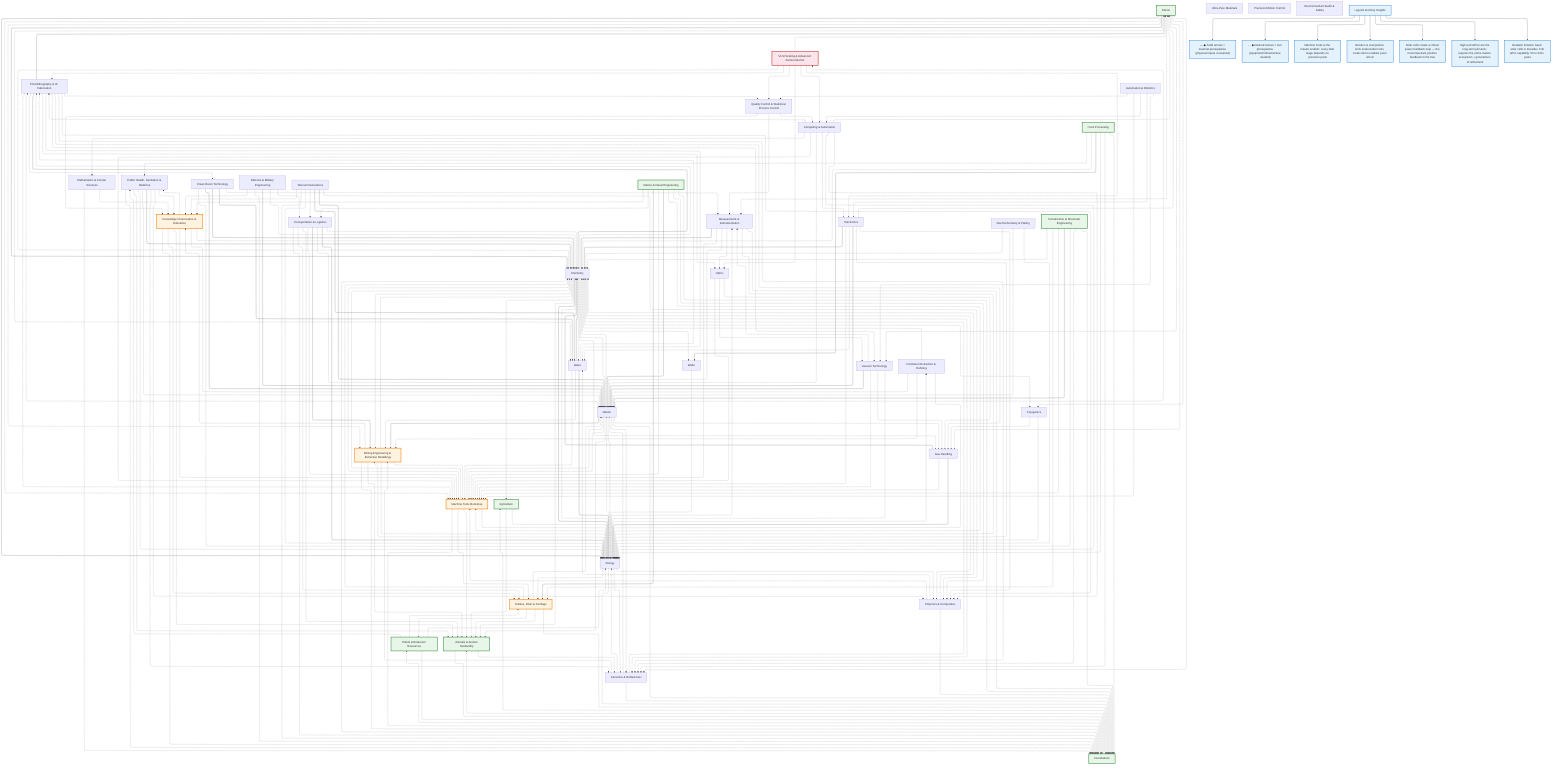
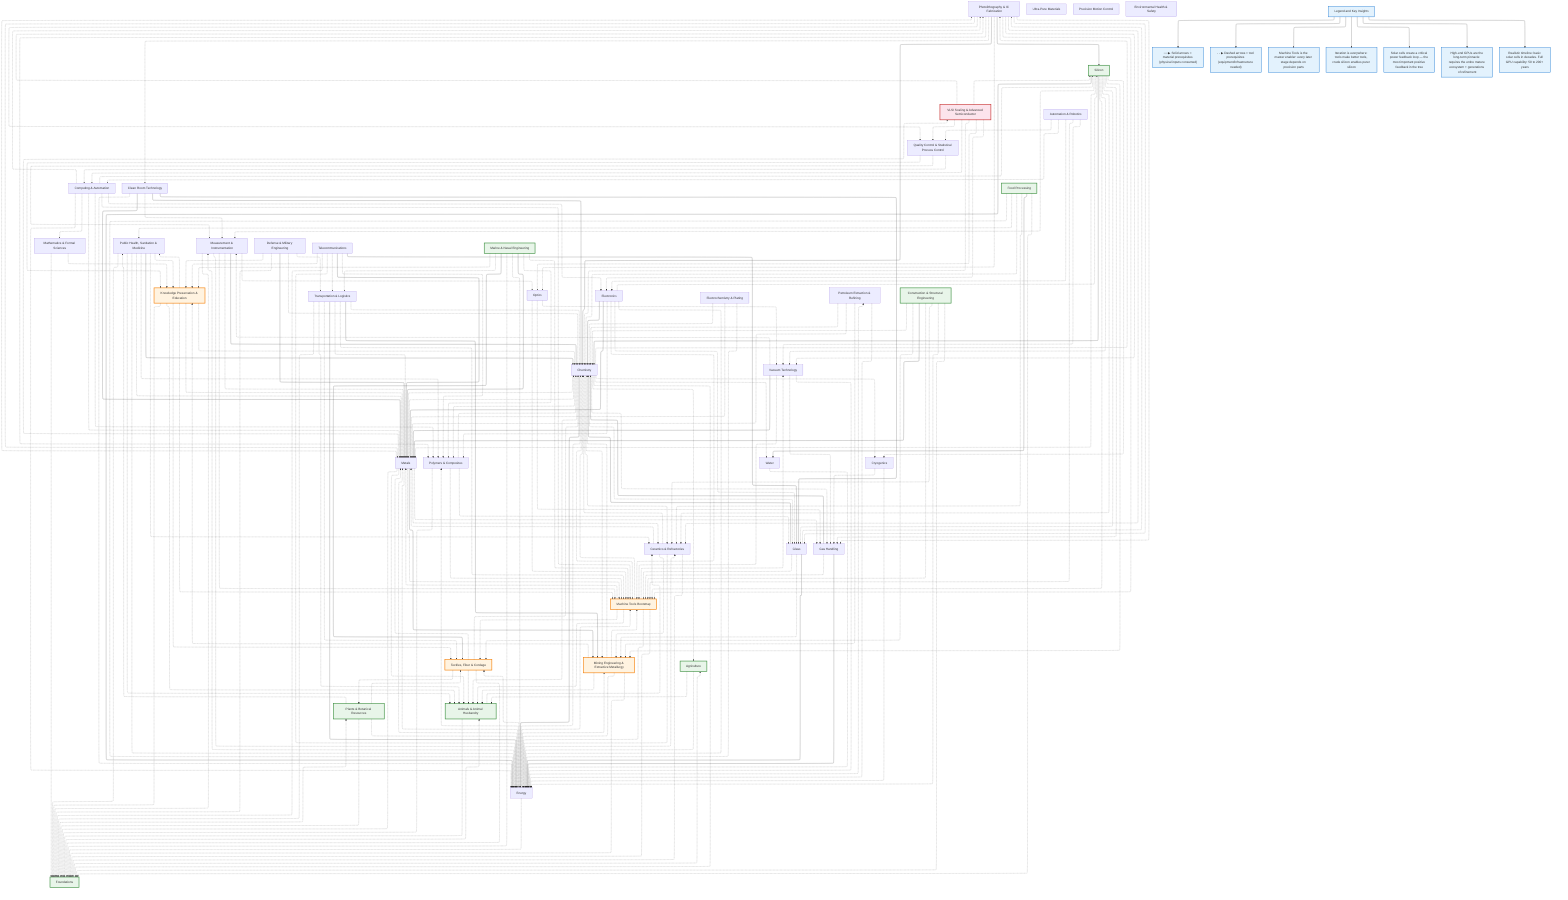
%%{init: {"flowchart": {"defaultRenderer": "elk", "htmlLabels": true}}}%%
graph TD
    %% ==================== DOMAIN NODES ====================
    foundations["Foundations"]
    metals["Metals"]
    machine-tools["Machine Tools Bootstrap"]
    energy["Energy"]
    chemistry["Chemistry"]
    silicon["Silicon"]
    photolithography["Photolithography & IC Fabrication"]
    vlsi-scaling["VLSI Scaling & Advanced Semiconductor"]
    automation["Automation & Robotics"]
    knowledge["Knowledge Preservation & Education"]
    mathematics["Mathematics & Formal Sciences"]
    transport["Transportation & Logistics"]
    computing["Computing & Automation"]
    health["Public Health, Sanitation & Medicine"]
    textiles["Textiles, Fiber & Cordage"]
    mining["Mining Engineering & Extractive Metallurgy"]
    ceramics["Ceramics & Refractories"]
    polymers["Polymers & Composites"]
    glass["Glass"]
    optics["Optics"]
    gas-handling["Gas Handling"]
    measurement["Measurement & Instrumentation"]
    plants["Plants & Botanical Resources"]
    agriculture["Agriculture"]
    animals["Animals & Animal Husbandry"]
    water["Water"]
    electronics["Electronics"]
    cleanrooms["Clean Room Technology"]
    quality-control["Quality Control & Statistical Process Control"]
    vacuum["Vacuum Technology"]
    cryogenics["Cryogenics"]
    electrochemistry["Electrochemistry & Plating"]
    ultra-pure["Ultra-Pure Materials"]
    precision-motion["Precision Motion Control"]
    petroleum["Petroleum Extraction & Refining"]
    ehs["Environmental Health & Safety"]
    defense["Defense & Military Engineering"]
    construction["Construction & Structural Engineering"]
    food-processing["Food Processing"]
    telecom["Telecommunications"]
    marine["Marine & Naval Engineering"]

    %% ==================== DOMAIN-LEVEL EDGES ====================
    metals -.-> foundations
    metals --> mining
    machine-tools -.-> metals
    machine-tools -.-> textiles
    energy -.-> metals
    chemistry -.-> metals
    chemistry --> energy
    glass -.-> machine-tools
    optics -.-> machine-tools
    gas-handling -.-> machine-tools
    measurement -.-> machine-tools
    glass --> energy
    gas-handling --> energy
    glass --> chemistry
    gas-handling --> chemistry
    measurement --> chemistry
    silicon -.-> machine-tools
    silicon --> energy
    silicon --> chemistry
    silicon -.-> glass
    silicon -.-> gas-handling
    photolithography -.-> machine-tools
    photolithography --> chemistry
    photolithography -.-> gas-handling
    photolithography -.-> optics
    photolithography --> silicon
    vlsi-scaling -.-> photolithography
    knowledge -.-> foundations
    health -.-> foundations
    health --> chemistry
    ceramics -.-> foundations
    ceramics -.-> metals
    textiles -.-> foundations
    mining -.-> foundations
    transport -.-> metals
    transport --> energy
    transport --> mining
    transport -.-> machine-tools
    computing -.-> machine-tools
    polymers -.-> foundations
    animals -.-> foundations
    electronics --> metals
    electronics -.-> machine-tools
    electronics --> chemistry
    cleanrooms --> chemistry
    cleanrooms --> metals
    cleanrooms --> glass
    cleanrooms -.-> energy
    cleanrooms -.-> measurement
    photolithography -.-> cleanrooms
    quality-control -.-> measurement
    quality-control -.-> computing
    quality-control -.-> knowledge
    vlsi-scaling -.-> quality-control
    photolithography -.-> quality-control
    cryogenics -.-> gas-handling
    vacuum -.-> gas-handling
    vacuum --> metals
    vacuum -.-> measurement
    automation -.-> computing
    automation -.-> electronics
    petroleum -.-> metals
    petroleum -.-> mining
    defense --> metals
    defense -.-> foundations
    defense -.-> transport
    defense -.-> knowledge
    construction -.-> foundations
    construction --> metals
    construction -.-> machine-tools
    food-processing -.-> energy
    food-processing --> water
    telecom --> metals
    telecom --> glass
    marine -.-> foundations
    marine --> metals
    marine --> textiles
    marine -.-> energy
    marine -.-> knowledge

    %% ==================== CROSS-DOMAIN EDGES ====================
    agriculture -.-> animals
    agriculture -.-> energy
    animals -.-> ceramics
    automation -.-> machine-tools
    automation -.-> quality-control
    automation -.-> vacuum
    ceramics -.-> chemistry
    ceramics -.-> energy
    ceramics -.-> mining
    chemistry -.-> agriculture
    chemistry -.-> animals
    chemistry -.-> ceramics
    chemistry -.-> cryogenics
    chemistry -.-> foundations
    chemistry -.-> gas-handling
    chemistry -.-> glass
    chemistry -.-> machine-tools
    chemistry -.-> mining
    chemistry -.-> photolithography
    chemistry -.-> polymers
    chemistry -.-> water
    computing -.-> electronics
    computing -.-> energy
    computing -.-> mathematics
    computing -.-> metals
    computing -.-> photolithography
    computing -.-> polymers
    computing -.-> silicon
    construction -.-> ceramics
    construction -.-> chemistry
    construction -.-> energy
    construction -.-> textiles
    cryogenics -.-> energy
    defense -.-> chemistry
    electrochemistry -.-> chemistry
    electrochemistry -.-> energy
    electrochemistry -.-> metals
    electronics -.-> energy
    electronics -.-> glass
    electronics -.-> polymers
    electronics -.-> silicon
    energy -.-> ceramics
    energy -.-> chemistry
    energy -.-> foundations
    energy -.-> machine-tools
    energy -.-> measurement
    energy -.-> mining
    energy -.-> petroleum
    energy -.-> polymers
    energy -.-> textiles
    food-processing -.-> ceramics
    food-processing -.-> chemistry
    food-processing -.-> foundations
    food-processing -.-> health
    foundations -.-> agriculture
    foundations -.-> animals
    foundations -.-> plants
    glass -.-> mining
    glass -.-> photolithography
    health -.-> animals
    health -.-> ceramics
    health -.-> energy
    health -.-> knowledge
    health -.-> metals
    health -.-> polymers
    knowledge -.-> animals
    knowledge -.-> chemistry
    knowledge -.-> health
    knowledge -.-> machine-tools
    knowledge -.-> metals
    knowledge -.-> textiles
    machine-tools -.-> animals
    machine-tools -.-> chemistry
    machine-tools -.-> energy
    machine-tools -.-> foundations
+     machine-tools -.-> vacuum
    marine -.-> machine-tools
    marine -.-> polymers
    marine -.-> transport
    mathematics -.-> foundations
    mathematics -.-> knowledge
    measurement -.-> energy
    measurement -.-> foundations
    measurement -.-> metals
    measurement -.-> optics
    metals -.-> animals
    metals -.-> ceramics
    metals -.-> chemistry
    metals -.-> energy
    metals -.-> gas-handling
    metals -.-> machine-tools
    metals -.-> photolithography
    metals -.-> vlsi-scaling
    mining -.-> animals
    mining -.-> chemistry
    mining -.-> energy
    mining -.-> knowledge
    mining -.-> machine-tools
    optics -.-> gas-handling
    optics -.-> vacuum
    petroleum -.-> chemistry
    petroleum -.-> energy
    photolithography -.-> ceramics
    photolithography -.-> glass
+     photolithography -.-> metals
    photolithography -.-> polymers
    photolithography -.-> vacuum
    plants -.-> energy
    plants -.-> foundations
    plants -.-> health
    plants -.-> textiles
    polymers -.-> chemistry
    polymers -.-> glass
    polymers -.-> machine-tools
    silicon -.-> ceramics
    silicon -.-> cryogenics
    silicon -.-> measurement
+     silicon -.-> metals
    silicon -.-> mining
    silicon -.-> vacuum
    telecom -.-> energy
    telecom -.-> foundations
    telecom -.-> knowledge
    telecom -.-> polymers
    telecom -.-> transport
    textiles -.-> animals
    textiles -.-> chemistry
    textiles -.-> metals
    textiles -.-> plants
    transport -.-> animals
    transport -.-> chemistry
    transport -.-> foundations
    transport -.-> textiles
    vacuum -.-> energy
    vacuum -.-> machine-tools
    vlsi-scaling -.-> chemistry
    vlsi-scaling -.-> computing
    vlsi-scaling -.-> electronics
    vlsi-scaling -.-> optics
    vlsi-scaling -.-> silicon
    water -.-> energy

    %% ==================== STYLING ====================
    classDef domain fill:#e3f2fd,stroke:#1976d2,stroke-width:2px
    classDef critical fill:#fff3e0,stroke:#f57c00,stroke-width:3px
    classDef earlyWin fill:#e8f5e9,stroke:#388e3c,stroke-width:3px
    classDef pinnacle fill:#fce4ec,stroke:#c62828,stroke-width:3px
    class foundations earlyWin
    class machine-tools critical
    class silicon earlyWin
    class vlsi-scaling pinnacle
    class knowledge critical
    class textiles critical
    class mining critical
    class plants earlyWin
    class agriculture earlyWin
    class animals earlyWin
    class construction earlyWin
    class food-processing earlyWin
    class marine earlyWin

    %% ==================== LEGEND ====================
    Legend["Legend and Key Insights"]
    Legend --> Note0["──▶ Solid arrows = material prerequisites (physical inputs consumed)"]
    Legend --> Note0b["- - ▶ Dashed arrows = tool prerequisites (equipment/infrastructure needed)"]
    Legend --> Note1["Machine Tools is the master enabler: every later stage depends on precision parts"]
    Legend --> Note2["Iteration is everywhere: tools make better tools, crude silicon enables purer silicon"]
    Legend --> Note3["Solar cells create a critical power feedback loop — the most important positive feedback in the tree"]
    Legend --> Note4["High-end GPUs are the long-term pinnacle: requires the entire mature ecosystem + generations of refinement"]
    Legend --> Note5["Realistic timeline: basic solar cells in decades. Full GPU capability: 50 to 200+ years"]
    class Legend,Note0,Note0b,Note1,Note2,Note3,Note4,Note5 domain
